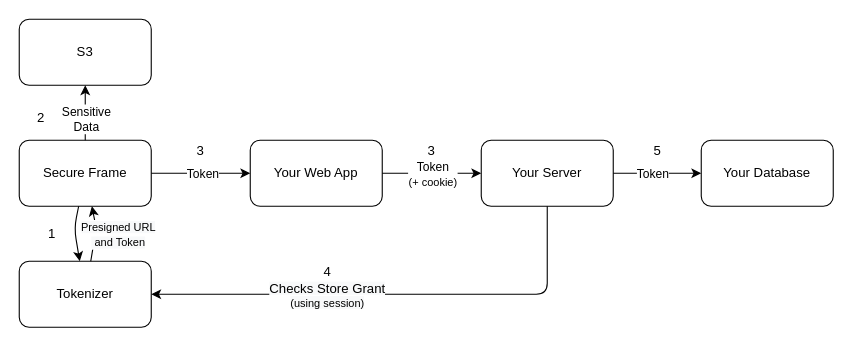
lunasec-io/lunasec keeps this draw.io diagram as docs/diagrams/tokenlifecycle.drawio. Above is the earlier version. Source tidied: cells renumbered, new cells numbered last; positions are measured from the earlier drawing's top-left corner, leaving out a move shared by most shapes. Both pictures are drawn from the tidied source at 110%, with x=0, y=0 at pixel (19, 19).
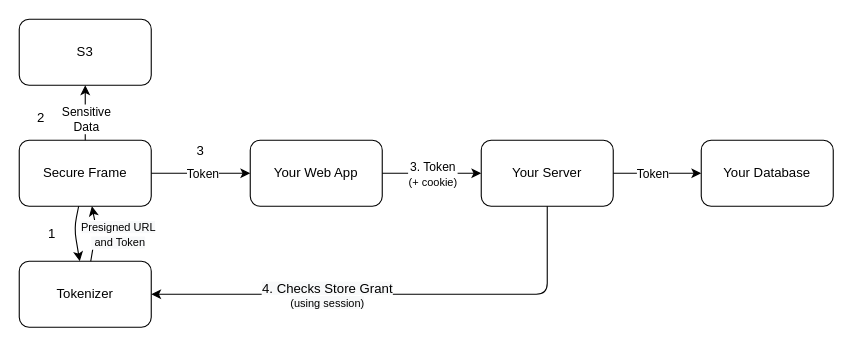
Above is the later version.

Commit message (it also covers changes not shown here):
update diagrams to be more consistent with style

The change refers to these unchanged cells:
```xml
<mxCell id="16" style="endArrow=classic;html=1;" parent="1" edge="1" source="5" target="6">
  <mxGeometry relative="1" as="geometry" />
</mxCell>
<mxCell id="18" style="endArrow=classic;html=1;" parent="1" edge="1" source="6" target="4">
  <mxGeometry relative="1" as="geometry">
    <Array as="points">
      <mxPoint x="480" y="250" />
    </Array>
  </mxGeometry>
</mxCell>
```

Diff of the diagram source:
```diff
@@
-    <mxCell id="17" value="Token&lt;br&gt;&lt;font style=&quot;font-size: 10px&quot;&gt;(+&amp;nbsp;cookie)&lt;/font&gt;" style="edgeLabel;html=1;align=center;verticalAlign=middle;" parent="16" vertex="1">
+    <mxCell id="17" value="3. Token&lt;br&gt;&lt;font style=&quot;font-size: 10px&quot;&gt;(+&amp;nbsp;cookie)&lt;/font&gt;" style="edgeLabel;html=1;align=center;verticalAlign=middle;" parent="16" vertex="1">
       <mxGeometry x="-0.18" relative="1" as="geometry">
         <mxPoint x="8" as="offset" />
       </mxGeometry>
     </mxCell>
@@
-    <mxCell id="19" value="&lt;span style=&quot;background-color: rgb(248 , 249 , 250)&quot;&gt;&lt;span style=&quot;font-size: 12px&quot;&gt;Checks Store Grant&lt;/span&gt;&lt;br&gt;&lt;font style=&quot;font-size: 10px&quot;&gt;(using session)&lt;/font&gt;&lt;br&gt;&lt;/span&gt;" style="edgeLabel;html=1;align=center;verticalAlign=middle;" parent="18" vertex="1">
+    <mxCell id="19" value="&lt;span style=&quot;background-color: rgb(248 , 249 , 250)&quot;&gt;&lt;span style=&quot;font-size: 12px&quot;&gt;4. Checks Store Grant&lt;/span&gt;&lt;br&gt;&lt;font style=&quot;font-size: 10px&quot;&gt;(using session)&lt;/font&gt;&lt;br&gt;&lt;/span&gt;" style="edgeLabel;html=1;align=center;verticalAlign=middle;" parent="18" vertex="1">
       <mxGeometry x="0.23" y="1" relative="1" as="geometry">
         <mxPoint x="-10" y="-1" as="offset" />
       </mxGeometry>
     </mxCell>
@@
-    <mxCell id="21" value="3" style="text;html=1;strokeColor=none;fillColor=none;align=center;verticalAlign=middle;whiteSpace=wrap;rounded=0;" parent="1" vertex="1">
-      <mxGeometry x="355" y="110" width="40" height="20" as="geometry" />
-    </mxCell>
-    <mxCell id="22" value="4" style="text;html=1;align=center;verticalAlign=middle;strokeColor=none;" parent="1" vertex="1">
-      <mxGeometry x="270" y="220" width="20" height="20" as="geometry" />
-    </mxCell>
@@
-    <mxCell id="26" value="5" style="text;html=1;align=center;verticalAlign=middle;strokeColor=none;" parent="1" vertex="1">
-      <mxGeometry x="570" y="110" width="20" height="20" as="geometry" />
-    </mxCell>
```
